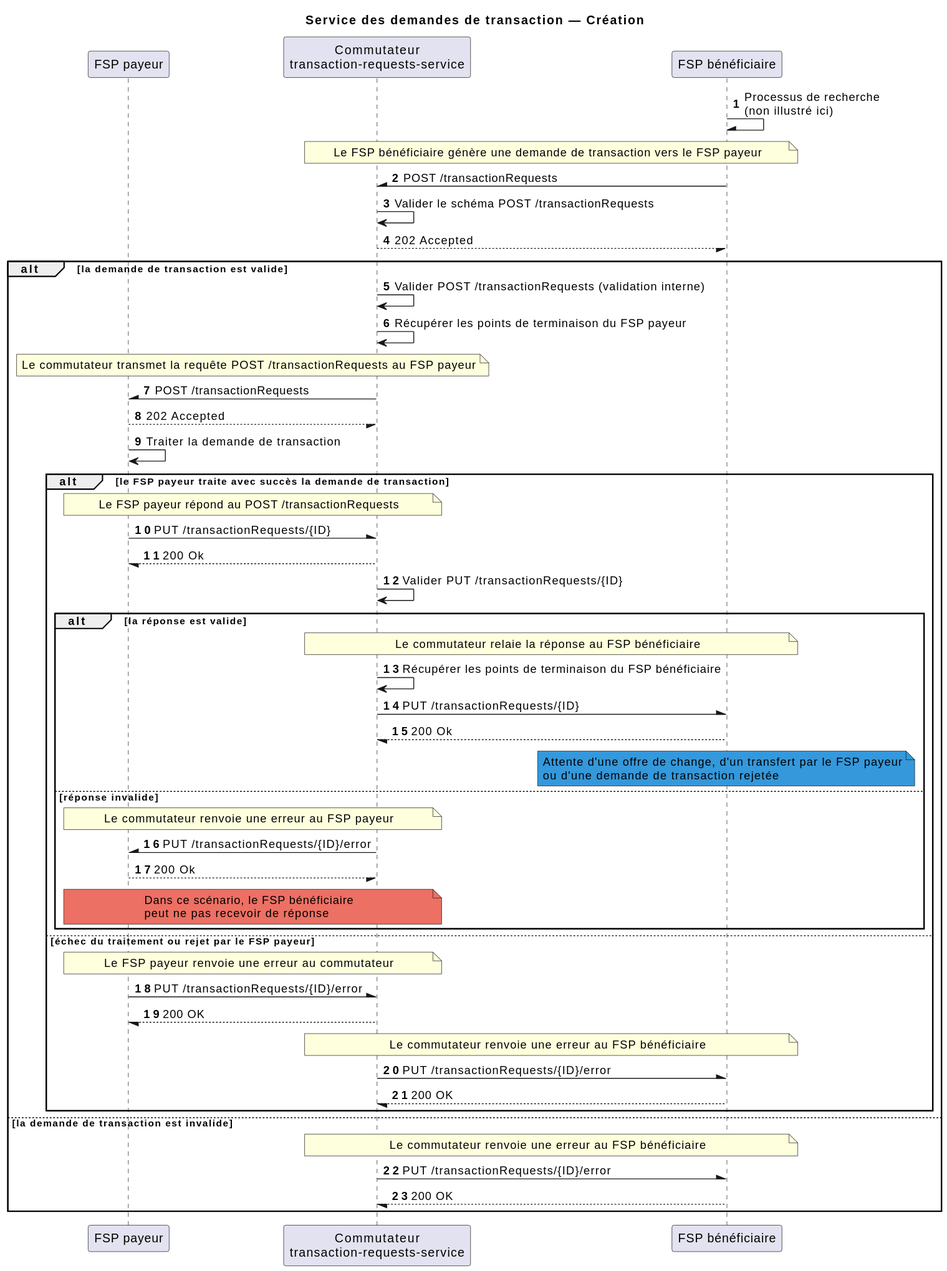
This is docs/fr/technical/technical/transaction-requests-service/assets/diagrams/sequence/seq-trx-req-service-1.0.0.svg from mojaloop/documentation, a PlantUML export, as it was before one commit. Its source is kept beside it as docs/fr/technical/technical/transaction-requests-service/assets/diagrams/sequence/seq-trx-req-service-1.0.0.plantuml.
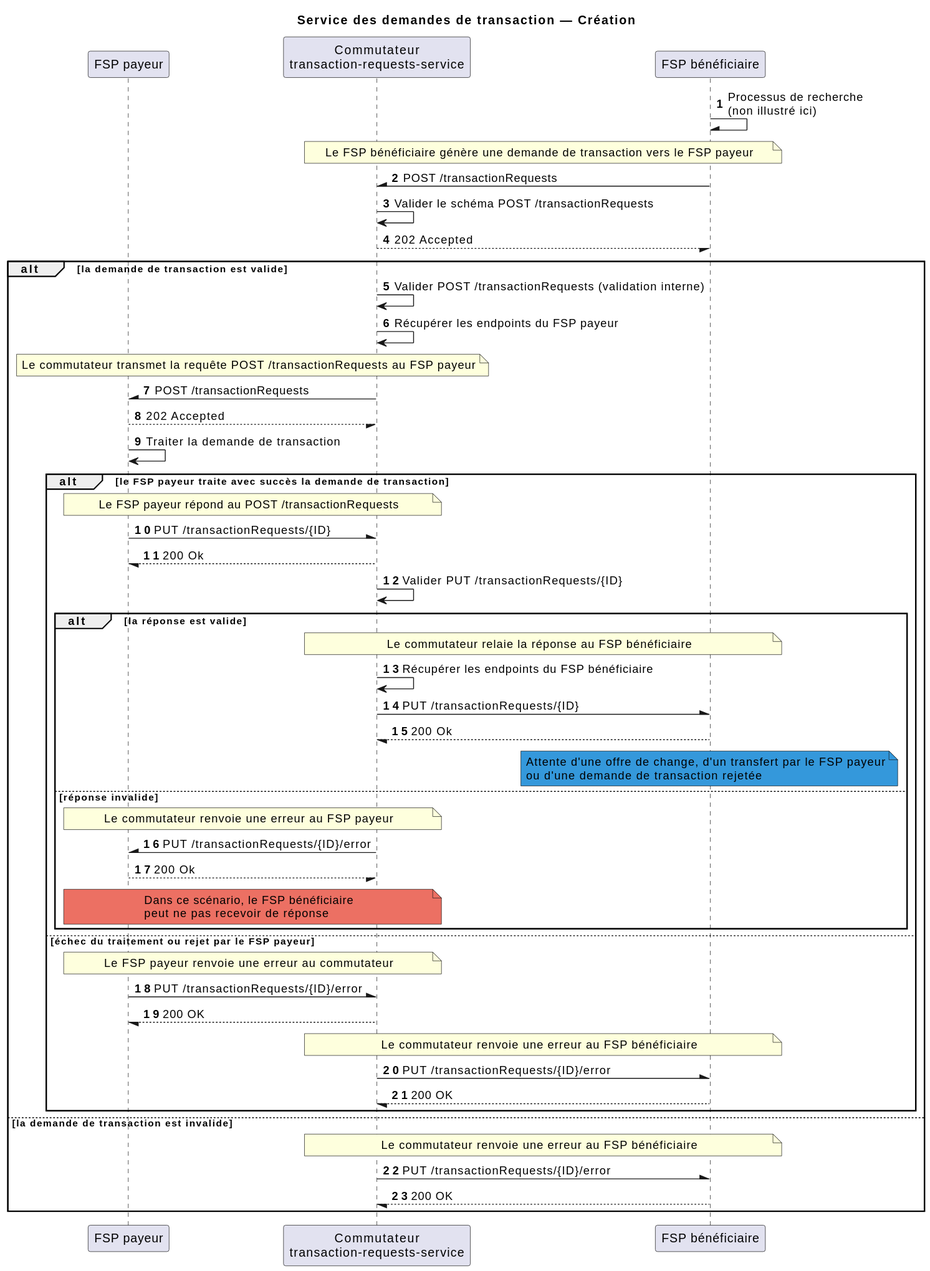
After the commit.

What changed in the source:
```diff
@@ -14,7 +14,7 @@
 alt la demande de transaction est valide
 
     Switch -> Switch: Valider POST /transactionRequests (validation interne)
-    Switch -> Switch: Récupérer les points de terminaison du FSP payeur
+    Switch -> Switch: Récupérer les endpoints du FSP payeur
     note over Switch, "FSP payeur": Le commutateur transmet la requête POST /transactionRequests au FSP payeur
     Switch -\ "FSP payeur": POST /transactionRequests
     "FSP payeur" --/ Switch: 202 Accepted
@@ -31,7 +31,7 @@
         alt la réponse est valide
 
             note over Switch, "FSP bénéficiaire": Le commutateur relaie la réponse au FSP bénéficiaire
-            Switch -> Switch: Récupérer les points de terminaison du FSP bénéficiaire
+            Switch -> Switch: Récupérer les endpoints du FSP bénéficiaire
 
             Switch -\ "FSP bénéficiaire": PUT /transactionRequests/{ID}
             "FSP bénéficiaire" --/ Switch: 200 Ok
```
